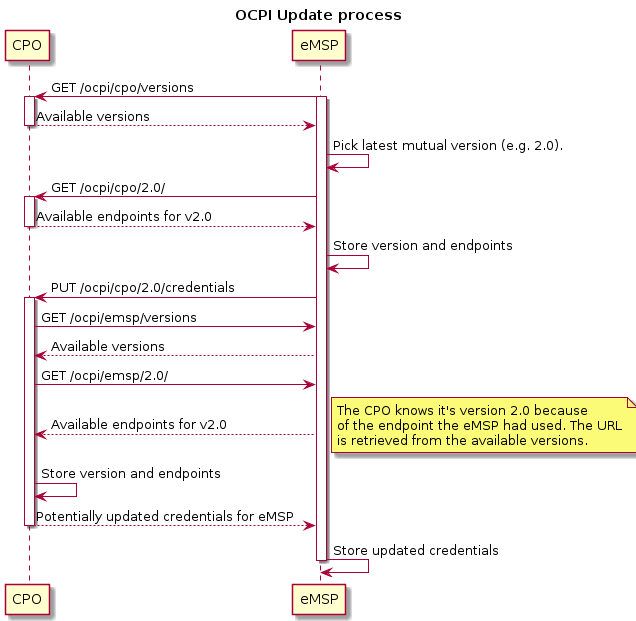
Earlier version of the PlantUML export data/update-sequence.png (ocpi/ocpi). Source of this version:
```plantuml
@startuml
title OCPI Update process

participant CPO
participant eMSP

CPO <- eMSP: GET /ocpi/cpo/versions
activate eMSP
activate CPO
CPO --> eMSP: Available versions
deactivate CPO

eMSP -> eMSP: Pick latest mutual version (e.g. 2.0).
CPO <- eMSP: GET /ocpi/cpo/2.0/
activate CPO
CPO --> eMSP: Available endpoints for v2.0
deactivate CPO
eMSP -> eMSP: Store version and endpoints
CPO <- eMSP: PUT /ocpi/cpo/2.0/credentials

activate CPO
CPO -> eMSP: GET /ocpi/emsp/versions
CPO <-- eMSP: Available versions
CPO -> eMSP: GET /ocpi/emsp/2.0/
CPO <-- eMSP: Available endpoints for v2.0
note right
    The CPO knows it's version 2.0 because
    of the endpoint the eMSP had used. The URL
    is retrieved from the available versions.
end note
CPO -> CPO: Store version and endpoints
CPO --> eMSP: Potentially updated credentials for eMSP
deactivate CPO

eMSP -> eMSP: Store updated credentials

deactivate eMSP

@enduml
```
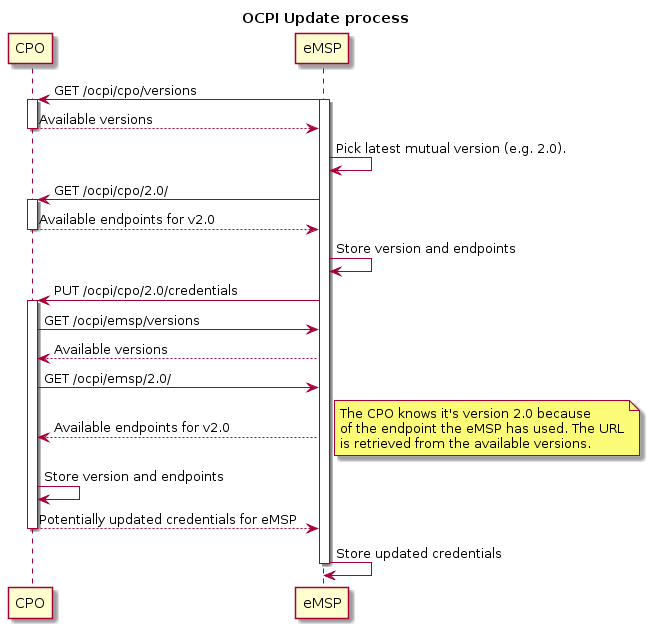
The same diagram one commit later.

What changed in the source:
```diff
@@ -25,7 +25,7 @@
 CPO <-- eMSP: Available endpoints for v2.0
 note right
     The CPO knows it's version 2.0 because
-    of the endpoint the eMSP had used. The URL
+    of the endpoint the eMSP has used. The URL
     is retrieved from the available versions.
 end note
 CPO -> CPO: Store version and endpoints
@@ -35,5 +35,4 @@
 eMSP -> eMSP: Store updated credentials
 
 deactivate eMSP
-
 @enduml
```
